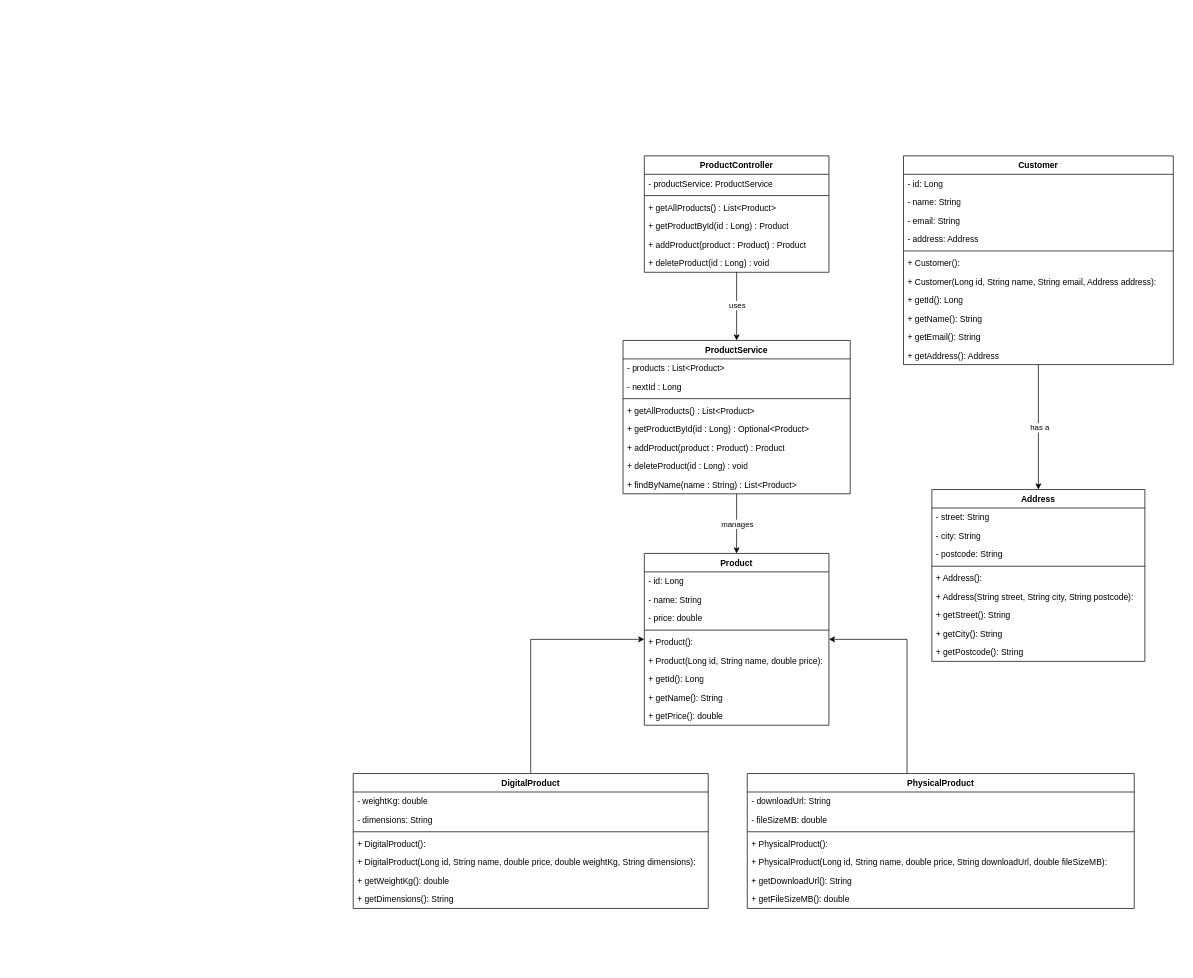
Earlier version of the draw.io diagram docs/uml/FullDiagram.drawio (hansajasandeepabadalge/products-api). Source tidied: cells renumbered, new cells numbered last; positions are measured from the earlier drawing's top-left corner, leaving out a move shared by most shapes. Both pictures are drawn from the tidied source at 71%, with x=0, y=0 at pixel (353, 155).
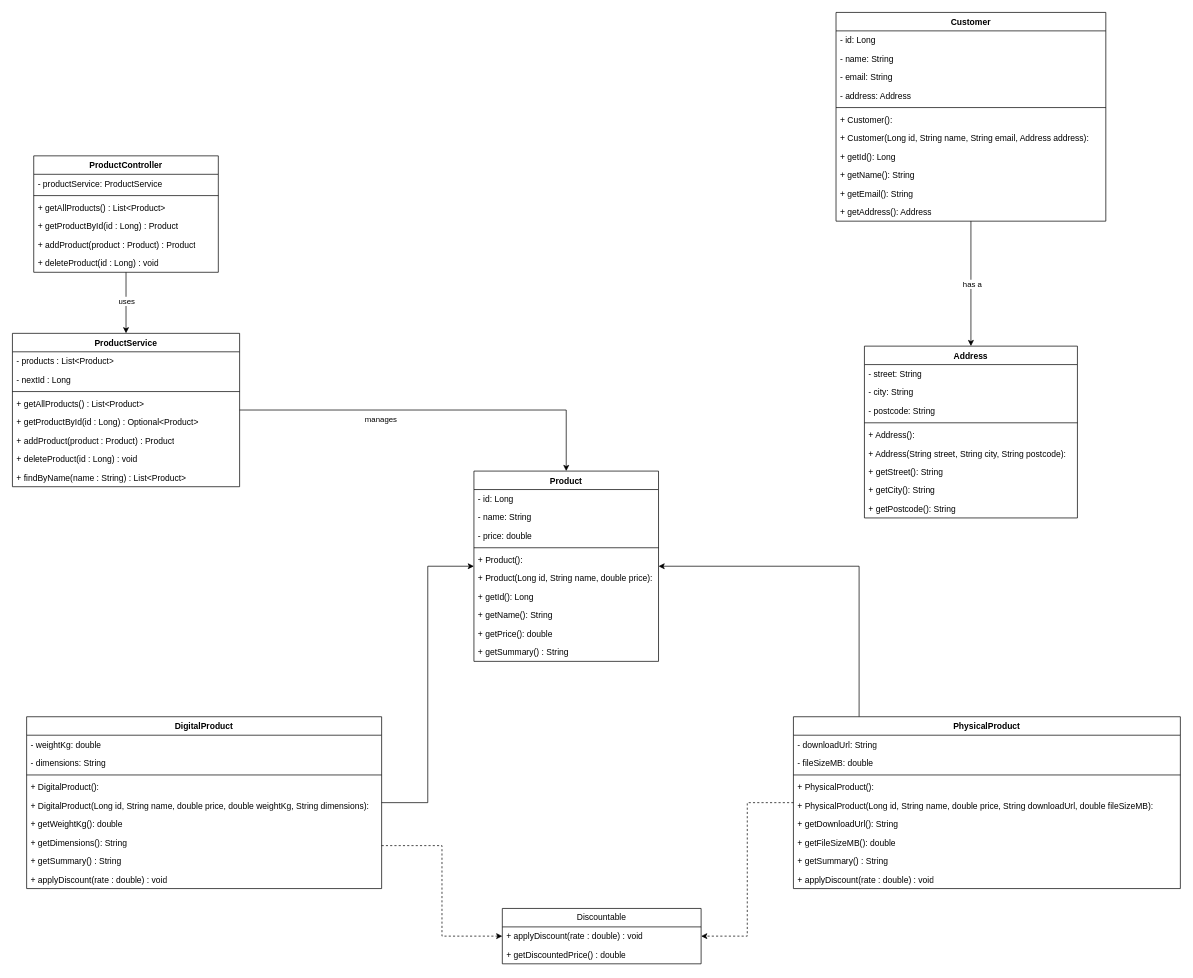
The same diagram, later.

Commit message (it also covers changes not shown here):
Tutorial 5: polymorphism — getSummary override and Discountable interface

Change to the diagram source:
```diff
@@
     <mxCell id="4" value="Customer" style="swimlane;fontStyle=1;align=center;verticalAlign=top;horizontal=1;startSize=26;whiteSpace=wrap;html=1;" parent="1" vertex="1">
-      <mxGeometry x="775" width="380" height="294" as="geometry" />
+      <mxGeometry x="680" y="-202" width="380" height="294" as="geometry" />
     </mxCell>
@@
     <mxCell id="16" value="Address" style="swimlane;fontStyle=1;align=center;verticalAlign=top;horizontal=1;startSize=26;whiteSpace=wrap;html=1;" parent="1" vertex="1">
-      <mxGeometry x="815" y="470" width="300" height="242" as="geometry" />
+      <mxGeometry x="720" y="268" width="300" height="242" as="geometry" />
     </mxCell>
@@
     <mxCell id="26" value="Product" style="swimlane;fontStyle=1;align=center;verticalAlign=top;horizontal=1;startSize=26;whiteSpace=wrap;html=1;" parent="1" vertex="1">
-      <mxGeometry x="410" y="560" width="260" height="242" as="geometry" />
+      <mxGeometry x="170" y="444" width="260" height="268" as="geometry" />
     </mxCell>
@@
+    <mxCell id="74" value="+ getSummary() : String" style="text;strokeColor=none;fillColor=none;align=left;verticalAlign=top;spacingLeft=4;spacingRight=4;overflow=hidden;whiteSpace=wrap;html=1;fontStyle=0;" parent="26" vertex="1">
+      <mxGeometry y="242" width="260" height="26" as="geometry" />
+    </mxCell>
@@
     <mxCell id="38" value="ProductController" style="swimlane;fontStyle=1;align=center;verticalAlign=top;horizontal=1;startSize=26;whiteSpace=wrap;html=1;" parent="1" vertex="1">
-      <mxGeometry x="410" width="260" height="164" as="geometry" />
+      <mxGeometry x="-450" width="260" height="164" as="geometry" />
     </mxCell>
@@
     <mxCell id="47" value="ProductService" style="swimlane;fontStyle=1;align=center;verticalAlign=top;horizontal=1;startSize=26;whiteSpace=wrap;html=1;" parent="1" vertex="1">
-      <mxGeometry x="380" y="260" width="320" height="216" as="geometry" />
+      <mxGeometry x="-480" y="250" width="320" height="216" as="geometry" />
     </mxCell>
@@
+    <mxCell id="75" style="edgeStyle=orthogonalEdgeStyle;rounded=0;jettySize=auto;html=1;exitX=1;exitY=0.75;exitDx=0;exitDy=0;entryX=0;entryY=0.5;entryDx=0;entryDy=0;defaultLabelBackgroundColor=page;dashed=1;" parent="1" edge="1" source="57" target="82">
+      <mxGeometry relative="1" as="geometry" />
+    </mxCell>
     <mxCell id="57" value="DigitalProduct" style="swimlane;fontStyle=1;align=center;verticalAlign=top;horizontal=1;startSize=26;whiteSpace=wrap;html=1;" parent="1" vertex="1">
-      <mxGeometry y="870" width="500" height="190" as="geometry" />
+      <mxGeometry x="-460" y="790" width="500" height="242" as="geometry" />
     </mxCell>
@@
+    <mxCell id="76" value="+ getSummary() : String" style="text;strokeColor=none;fillColor=none;align=left;verticalAlign=top;spacingLeft=4;spacingRight=4;overflow=hidden;whiteSpace=wrap;html=1;fontStyle=0;" parent="57" vertex="1">
+      <mxGeometry y="190" width="500" height="26" as="geometry" />
+    </mxCell>
+    <mxCell id="77" value="+ applyDiscount(rate : double) : void" style="text;strokeColor=none;fillColor=none;align=left;verticalAlign=top;spacingLeft=4;spacingRight=4;overflow=hidden;whiteSpace=wrap;html=1;fontStyle=0;" parent="57" vertex="1">
+      <mxGeometry y="216" width="500" height="26" as="geometry" />
+    </mxCell>
+    <mxCell id="78" style="edgeStyle=orthogonalEdgeStyle;rounded=0;jettySize=auto;html=1;entryX=1;entryY=0.5;entryDx=0;entryDy=0;defaultLabelBackgroundColor=page;dashed=1;" parent="1" edge="1" source="66" target="81">
+      <mxGeometry relative="1" as="geometry" />
+    </mxCell>
-    <mxCell id="65" style="edgeStyle=orthogonalEdgeStyle;rounded=0;jettySize=auto;html=1;entryX=1;entryY=0.5;entryDx=0;entryDy=0;" parent="1" edge="1" source="66" target="26">
+    <mxCell id="65" style="edgeStyle=orthogonalEdgeStyle;rounded=0;jettySize=auto;html=1;entryX=1;entryY=0.5;entryDx=0;entryDy=0;defaultLabelBackgroundColor=page;" parent="1" edge="1" source="66" target="26">
       <mxGeometry relative="1" as="geometry">
         <Array as="points">
-          <mxPoint x="780" y="681" />
+          <mxPoint x="712.5" y="578" />
         </Array>
       </mxGeometry>
     </mxCell>
     <mxCell id="66" value="PhysicalProduct" style="swimlane;fontStyle=1;align=center;verticalAlign=top;horizontal=1;startSize=26;whiteSpace=wrap;html=1;" parent="1" vertex="1">
-      <mxGeometry x="555" y="870" width="545" height="190" as="geometry" />
+      <mxGeometry x="620" y="790" width="545" height="242" as="geometry" />
     </mxCell>
@@
+    <mxCell id="79" value="+ getSummary() : String" style="text;strokeColor=none;fillColor=none;align=left;verticalAlign=top;spacingLeft=4;spacingRight=4;overflow=hidden;whiteSpace=wrap;html=1;fontStyle=0;" parent="66" vertex="1">
+      <mxGeometry y="190" width="545" height="26" as="geometry" />
+    </mxCell>
+    <mxCell id="80" value="+ applyDiscount(rate : double) : void" style="text;strokeColor=none;fillColor=none;align=left;verticalAlign=top;spacingLeft=4;spacingRight=4;overflow=hidden;whiteSpace=wrap;html=1;fontStyle=0;" parent="66" vertex="1">
+      <mxGeometry y="216" width="545" height="26" as="geometry" />
+    </mxCell>
+    <mxCell id="81" value="Discountable" style="swimlane;fontStyle=0;horizontal=1;startSize=26;fillColor=none;whiteSpace=wrap;html=1;" parent="1" vertex="1">
+      <mxGeometry x="210" y="1060" width="280" height="78" as="geometry" />
+    </mxCell>
+    <mxCell id="82" value="+ applyDiscount(rate : double) : void" style="text;strokeColor=none;fillColor=none;align=left;verticalAlign=top;spacingLeft=4;spacingRight=4;overflow=hidden;points=[[0,0.5],[1,0.5]];portConstraint=eastwest;whiteSpace=wrap;html=1;" parent="81" vertex="1">
+      <mxGeometry y="26" width="280" height="26" as="geometry" />
+    </mxCell>
+    <mxCell id="83" value="+ getDiscountedPrice() : double" style="text;strokeColor=none;fillColor=none;align=left;verticalAlign=top;spacingLeft=4;spacingRight=4;overflow=hidden;whiteSpace=wrap;html=1;" parent="81" vertex="1">
+      <mxGeometry y="52" width="280" height="26" as="geometry" />
+    </mxCell>
```
